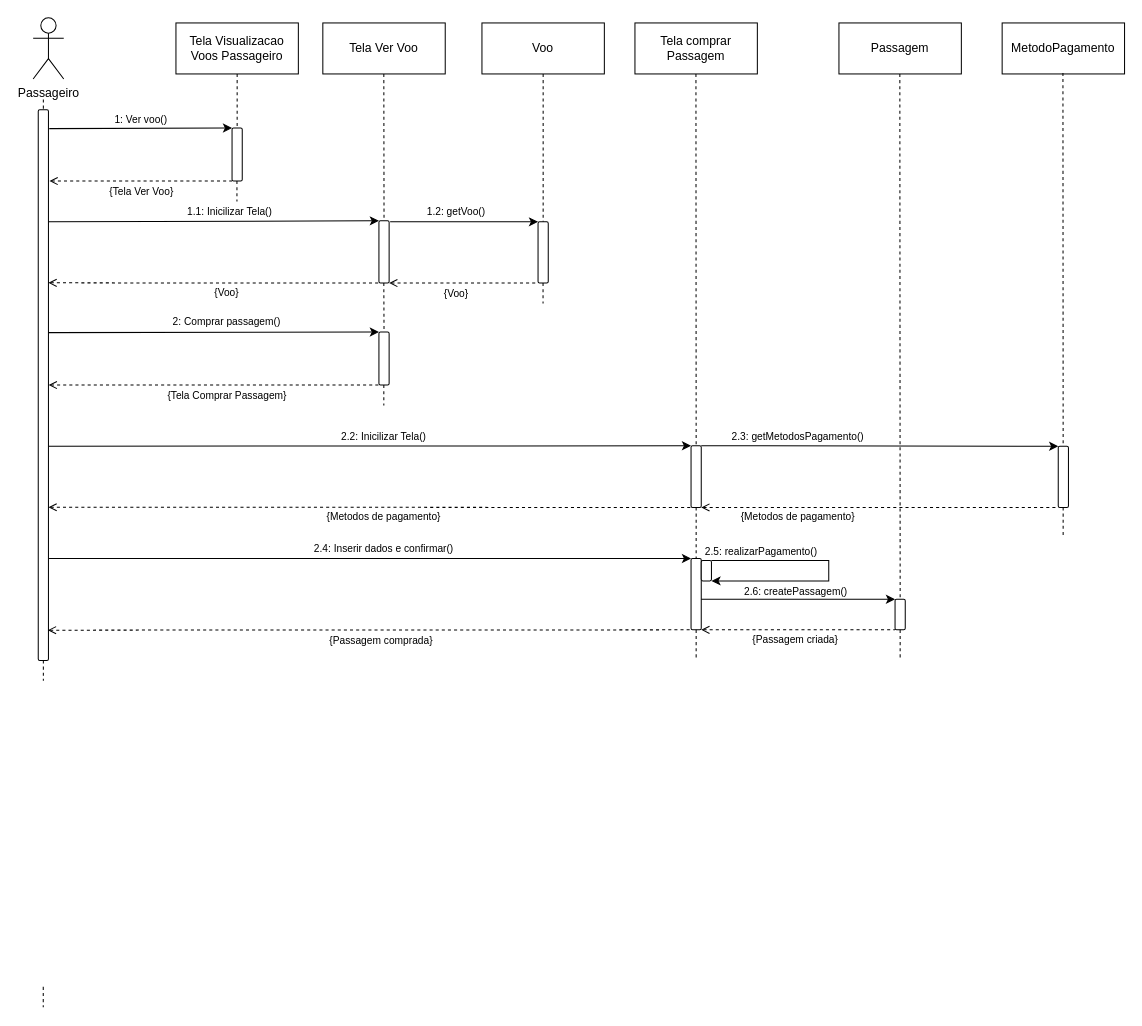
This is Diagramas/Eng_de_Software/Modelos/Sequencia/Comprar_Passagens.drawio from GabrielGMori/trabalho-conclus-o-ano, a draw.io file, before an edit. Source tidied: cells renumbered, new cells numbered last; positions are measured from the earlier drawing's top-left corner, leaving out a move shared by most shapes. Both pictures are drawn from the tidied source at 102%, with x=0, y=0 at pixel (33, 17).
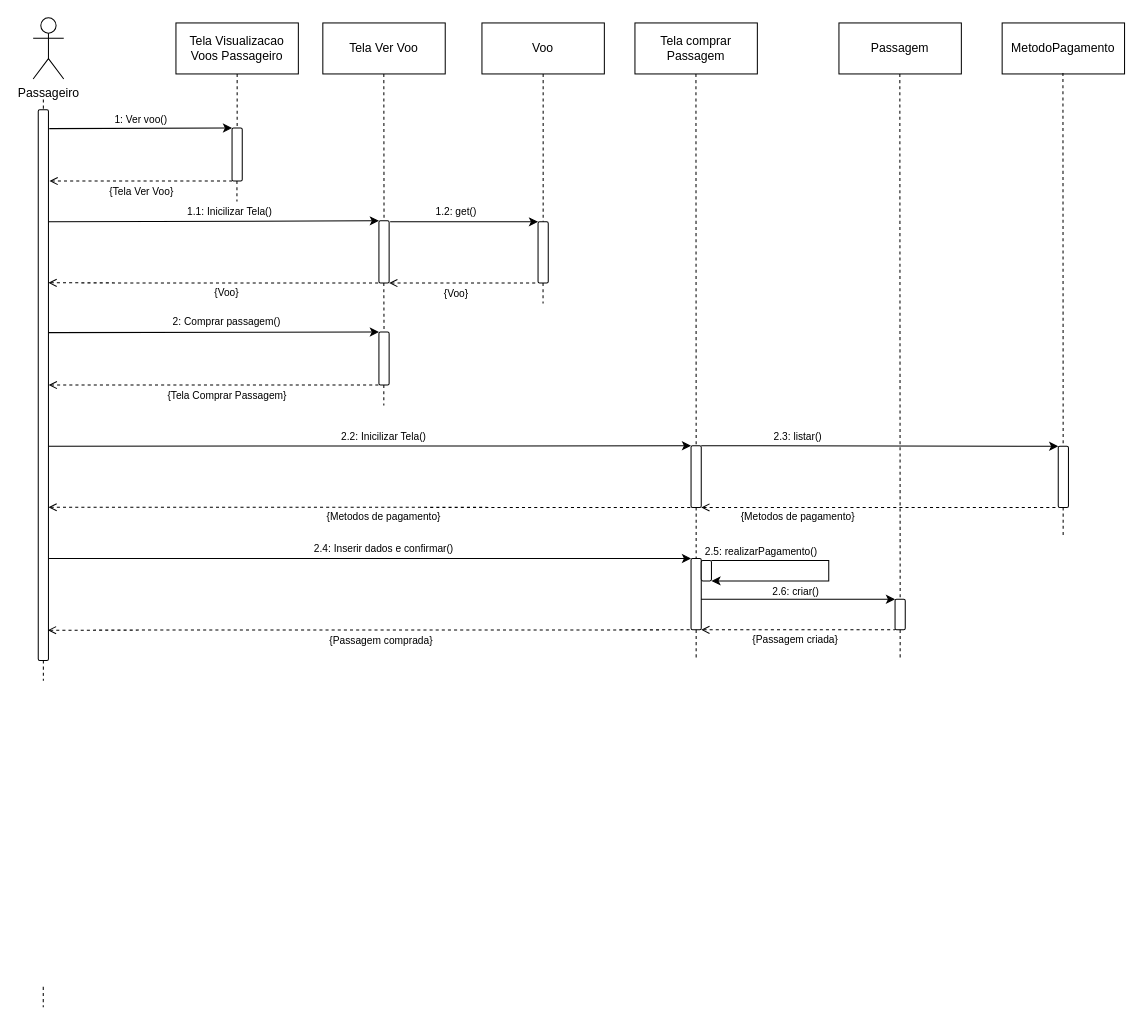
Above is the later version.

The edit, as a diff of the source:
```diff
@@
-    <mxCell id="23" value="&lt;font&gt;1.2: getVoo&lt;/font&gt;&lt;font&gt;()&lt;/font&gt;" style="text;html=1;align=center;verticalAlign=middle;whiteSpace=wrap;rounded=0;fontSize=10;" parent="1" vertex="1">
+    <mxCell id="23" value="&lt;font&gt;1.2: get&lt;/font&gt;&lt;font&gt;()&lt;/font&gt;" style="text;html=1;align=center;verticalAlign=middle;whiteSpace=wrap;rounded=0;fontSize=10;" parent="1" vertex="1">
       <mxGeometry x="335" y="180" width="160" height="20" as="geometry" />
     </mxCell>
@@
-    <mxCell id="43" value="&lt;font&gt;2.6:&amp;nbsp;&lt;/font&gt;&lt;font&gt;createPassagem&lt;/font&gt;&lt;font&gt;()&lt;/font&gt;" style="text;html=1;align=center;verticalAlign=middle;whiteSpace=wrap;rounded=0;fontSize=10;" parent="1" vertex="1">
+    <mxCell id="43" value="&lt;font&gt;2.6:&amp;nbsp;&lt;/font&gt;&lt;font&gt;criar&lt;/font&gt;&lt;font&gt;()&lt;/font&gt;" style="text;html=1;align=center;verticalAlign=middle;whiteSpace=wrap;rounded=0;fontSize=10;" parent="1" vertex="1">
       <mxGeometry x="667.5" y="552" width="160" height="20" as="geometry" />
     </mxCell>
@@
-    <mxCell id="60" value="&lt;font&gt;2.3: getMetodosPagamento&lt;/font&gt;&lt;font&gt;()&lt;/font&gt;" style="text;html=1;align=center;verticalAlign=middle;whiteSpace=wrap;rounded=0;fontSize=10;" parent="1" vertex="1">
+    <mxCell id="60" value="&lt;font&gt;2.3: listar&lt;/font&gt;&lt;font&gt;()&lt;/font&gt;" style="text;html=1;align=center;verticalAlign=middle;whiteSpace=wrap;rounded=0;fontSize=10;" parent="1" vertex="1">
       <mxGeometry x="670" y="400" width="160" height="20" as="geometry" />
     </mxCell>
```
